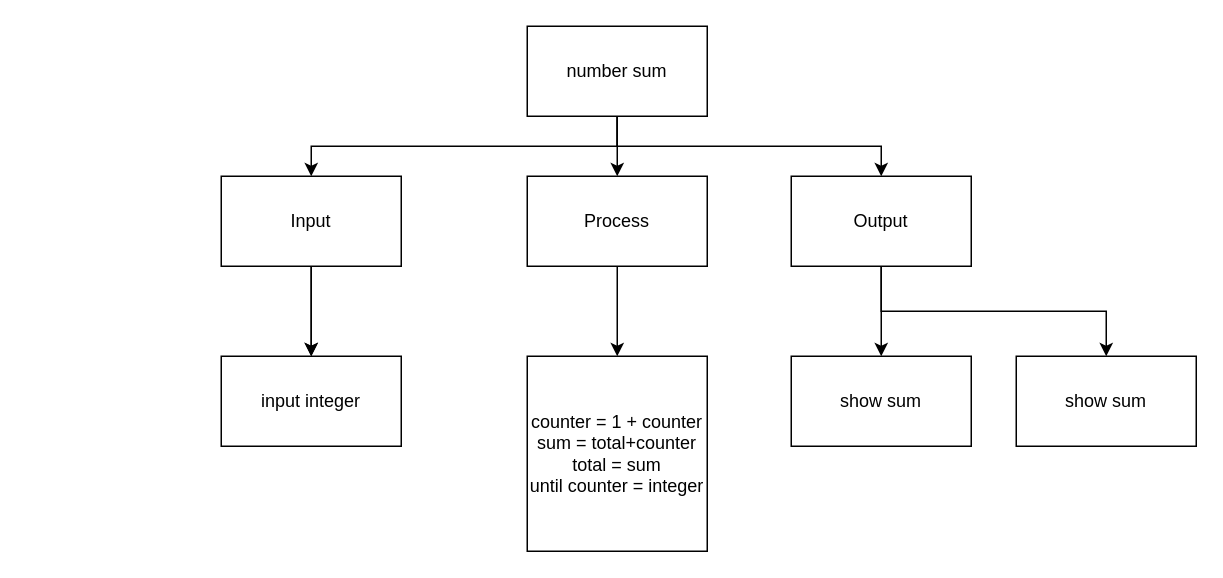
Above: plan.drawio in devin-jhu/ICS3U-4-05-Python (draw.io), before the change. Source tidied: cells renumbered, new cells numbered last; positions are measured from the earlier drawing's top-left corner, leaving out a move shared by most shapes. Both pictures are drawn from the tidied source at 150%, with x=0, y=0 at pixel (220, 26).
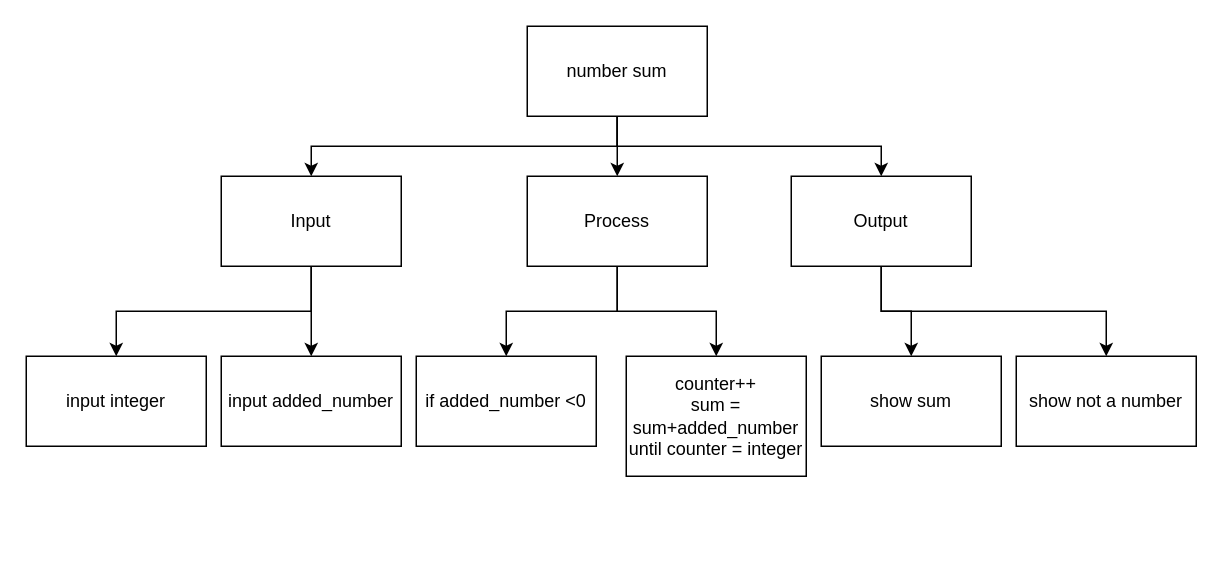
Above is the later version.

Unchanged cells that the change refers to:
```xml
<mxCell id="10" value="Process" style="rounded=0;whiteSpace=wrap;html=1;" parent="1" vertex="1">
  <mxGeometry x="204" y="100" width="120" height="60" as="geometry" />
</mxCell>
```

The edit, as a diff of the source:
```diff
@@
+    <mxCell id="18" style="edgeStyle=orthogonalEdgeStyle;shape=connector;rounded=0;html=1;exitX=0.5;exitY=1;exitDx=0;exitDy=0;entryX=0.5;entryY=0;entryDx=0;entryDy=0;labelBackgroundColor=default;fontFamily=Helvetica;fontSize=11;fontColor=default;endArrow=classic;strokeColor=default;" parent="1" edge="1" source="10" target="20">
+      <mxGeometry relative="1" as="geometry" />
+    </mxCell>
@@
-    <mxCell id="14" value="counter = 1 + counter&lt;br&gt;sum = total+counter&lt;br&gt;total = sum&lt;br&gt;until counter = integer" style="rounded=0;whiteSpace=wrap;html=1;" parent="1" vertex="1">
-      <mxGeometry x="204" y="220" width="120" height="130" as="geometry" />
+    <mxCell id="14" value="counter++&lt;br&gt;sum = sum+added_number&lt;br&gt;until counter = integer" style="rounded=0;whiteSpace=wrap;html=1;" parent="1" vertex="1">
+      <mxGeometry x="270" y="220" width="120" height="80" as="geometry" />
     </mxCell>
     <mxCell id="15" value="show sum" style="rounded=0;whiteSpace=wrap;html=1;" parent="1" vertex="1">
-      <mxGeometry x="380" y="220" width="120" height="60" as="geometry" />
+      <mxGeometry x="400" y="220" width="120" height="60" as="geometry" />
     </mxCell>
     <mxCell id="16" value="input integer" style="rounded=0;whiteSpace=wrap;html=1;" parent="1" vertex="1">
-      <mxGeometry y="220" width="120" height="60" as="geometry" />
+      <mxGeometry x="-130" y="220" width="120" height="60" as="geometry" />
     </mxCell>
-    <mxCell id="17" value="show sum" style="rounded=0;whiteSpace=wrap;html=1;" parent="1" vertex="1">
+    <mxCell id="17" value="show not a number" style="rounded=0;whiteSpace=wrap;html=1;" parent="1" vertex="1">
       <mxGeometry x="530" y="220" width="120" height="60" as="geometry" />
     </mxCell>
+    <mxCell id="19" value="input added_number" style="rounded=0;whiteSpace=wrap;html=1;" parent="1" vertex="1">
+      <mxGeometry y="220" width="120" height="60" as="geometry" />
+    </mxCell>
+    <mxCell id="20" value="if added_number &amp;lt;0" style="rounded=0;whiteSpace=wrap;html=1;" parent="1" vertex="1">
+      <mxGeometry x="130" y="220" width="120" height="60" as="geometry" />
+    </mxCell>
```
